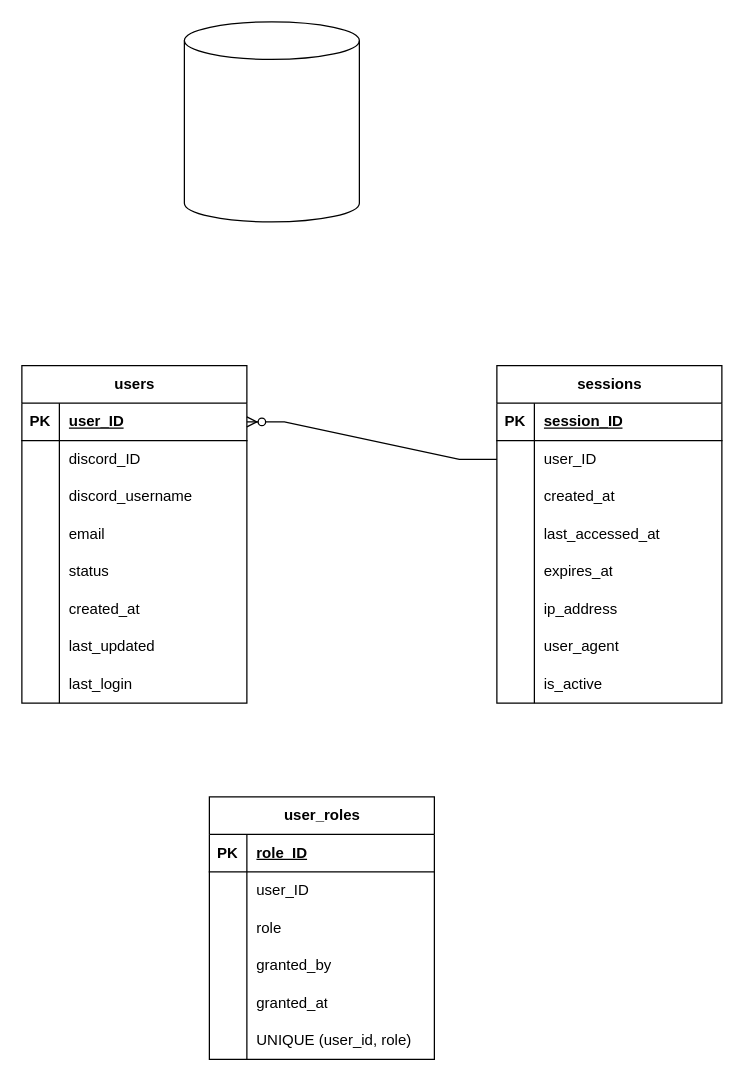
OMTut/auth_discord_fastapi keeps this draw.io diagram as docs/table_ideas.drawio. Above is the earlier version. Source tidied: cells renumbered, new cells numbered last; positions are measured from the earlier drawing's top-left corner, leaving out a move shared by most shapes. Both pictures are drawn from the tidied source at 125%, with x=0, y=0 at pixel (21, 21).
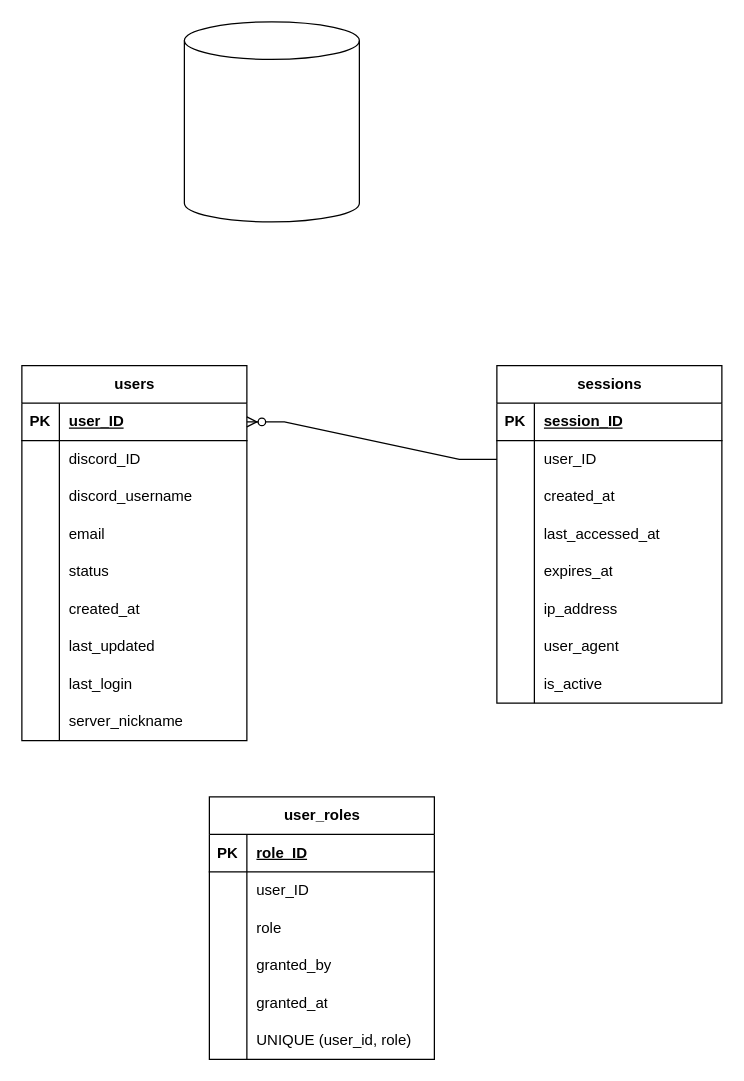
The same page after the edit.

Commit message (it also covers changes not shown here):
auth - resolved unexpected error bug for approved

What changed in the source:
```diff
@@
     <mxCell id="3" value="users" style="shape=table;startSize=30;childLayout=tableLayout;rowLines=0;fontStyle=1;align=center;html=1;" parent="1" vertex="1">
-      <mxGeometry y="275" width="180" height="270" as="geometry" />
+      <mxGeometry y="275" width="180" height="300" as="geometry" />
     </mxCell>
@@
+    <mxCell id="73" style="shape=tableRow;horizontal=0;startSize=0;swimlaneHead=0;swimlaneBody=0;fillColor=none;top=0;left=0;right=0;bottom=0;" parent="3" vertex="1">
+      <mxGeometry y="270" width="180" height="30" as="geometry" />
+    </mxCell>
+    <mxCell id="74" style="shape=partialRectangle;fillColor=none;top=0;left=0;bottom=0;right=0;overflow=hidden;whiteSpace=wrap;html=1;" parent="73" vertex="1">
+      <mxGeometry width="30" height="30" as="geometry" />
+    </mxCell>
+    <mxCell id="75" value="server_nickname" style="shape=partialRectangle;fillColor=none;top=0;left=0;bottom=0;right=0;align=left;spacingLeft=6;overflow=hidden;whiteSpace=wrap;html=1;" parent="73" vertex="1">
+      <mxGeometry x="30" width="150" height="30" as="geometry" />
+    </mxCell>
```
